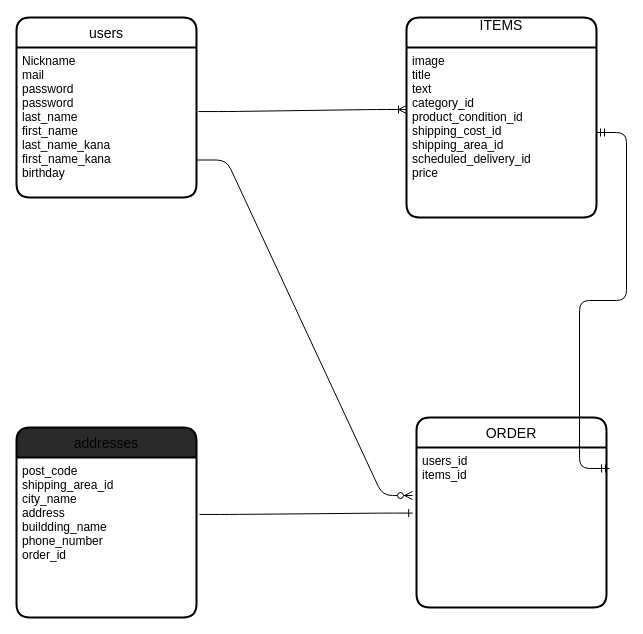
Before: table.dio in DJ-th/furima-35945, a draw.io diagram. Source tidied: cells renumbered, new cells numbered last; positions are measured from the earlier drawing's top-left corner, leaving out a move shared by most shapes. Both pictures are drawn from the tidied source at 100%, with x=0, y=0 at pixel (16, 17).
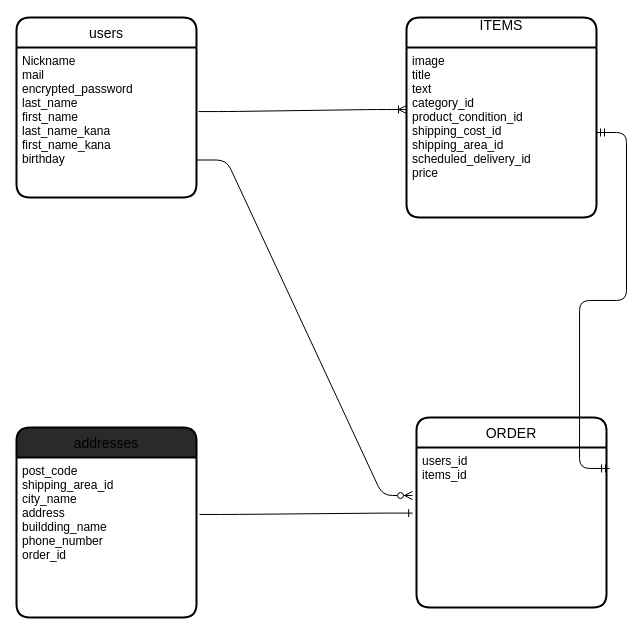
The same page after the edit.

Diff of the diagram source:
```diff
@@
 <mxGraphModel>
   <root>
     <mxCell id="0" />
     <mxCell id="1" parent="0" />
     <mxCell id="2" value="users" style="swimlane;horizontal=1;startSize=30;rounded=1;fontSize=14;fontStyle=0;strokeWidth=2;shadow=0;dashed=0;align=center;" parent="1" vertex="1">
       <mxGeometry width="180" height="180" as="geometry" />
     </mxCell>
-    <mxCell id="3" value="Nickname&#10;mail&#10;password&#10;password&#10;last_name&#10;first_name&#10;last_name_kana&#10;first_name_kana&#10;birthday" style="align=left;strokeColor=none;fillColor=none;spacingLeft=4;fontSize=12;verticalAlign=top;" parent="2" vertex="1">
+    <mxCell id="3" value="Nickname&#10;mail&#10;encrypted_password&#10;last_name&#10;first_name&#10;last_name_kana&#10;first_name_kana&#10;birthday" style="align=left;strokeColor=none;fillColor=none;spacingLeft=4;fontSize=12;verticalAlign=top;" parent="2" vertex="1">
       <mxGeometry y="30" width="180" height="150" as="geometry" />
     </mxCell>
     <mxCell id="4" value="ITEMS&#10;" style="swimlane;horizontal=1;startSize=30;rounded=1;fontSize=14;fontStyle=0;strokeWidth=2;shadow=0;dashed=0;align=center;" parent="1" vertex="1">
       <mxGeometry x="390" width="190" height="200" as="geometry" />
     </mxCell>
     <mxCell id="5" value="image&#10;title&#10;text&#10;category_id&#10;product_condition_id&#10;shipping_cost_id&#10;shipping_area_id&#10;scheduled_delivery_id&#10;price" style="align=left;strokeColor=none;fillColor=none;spacingLeft=4;fontSize=12;verticalAlign=top;" parent="4" vertex="1">
       <mxGeometry y="30" width="190" height="170" as="geometry" />
     </mxCell>
     <mxCell id="6" value="ORDER" style="swimlane;horizontal=1;startSize=30;rounded=1;fontSize=14;fontStyle=0;strokeWidth=2;shadow=0;dashed=0;align=center;" parent="1" vertex="1">
       <mxGeometry x="400" y="400" width="190" height="190" as="geometry" />
     </mxCell>
     <mxCell id="7" value="users_id&#10;items_id" style="align=left;strokeColor=none;fillColor=none;spacingLeft=4;fontSize=12;verticalAlign=top;" parent="6" vertex="1">
       <mxGeometry y="30" width="190" height="160" as="geometry" />
     </mxCell>
     <mxCell id="8" value="addresses" style="swimlane;horizontal=1;startSize=30;rounded=1;fontSize=14;fontStyle=0;strokeWidth=2;shadow=0;dashed=0;align=center;fillColor=#2a2a2a;" parent="1" vertex="1">
       <mxGeometry y="410" width="180" height="190" as="geometry" />
     </mxCell>
     <mxCell id="9" value="post_code&#10;shipping_area_id&#10;city_name&#10;address&#10;buildding_name&#10;phone_number&#10;order_id" style="align=left;strokeColor=none;fillColor=none;spacingLeft=4;fontSize=12;verticalAlign=top;" parent="8" vertex="1">
       <mxGeometry y="30" width="180" height="160" as="geometry" />
     </mxCell>
     <mxCell id="10" style="edgeStyle=entityRelationEdgeStyle;fontSize=12;html=1;endArrow=ERoneToMany;exitX=1.011;exitY=0.427;exitDx=0;exitDy=0;exitPerimeter=0;" parent="1" edge="1" source="3">
       <mxGeometry relative="1" as="geometry">
         <mxPoint x="390" y="92" as="targetPoint" />
       </mxGeometry>
     </mxCell>
     <mxCell id="11" style="edgeStyle=entityRelationEdgeStyle;fontSize=12;html=1;endArrow=ERone;endFill=1;entryX=-0.02;entryY=0.41;entryDx=0;entryDy=0;entryPerimeter=0;exitX=1.017;exitY=0.356;exitDx=0;exitDy=0;exitPerimeter=0;" parent="1" edge="1" source="9" target="7">
       <mxGeometry relative="1" as="geometry" />
     </mxCell>
     <mxCell id="12" style="edgeStyle=entityRelationEdgeStyle;fontSize=12;html=1;endArrow=ERzeroToMany;endFill=1;exitX=1;exitY=0.75;exitDx=0;exitDy=0;entryX=-0.021;entryY=0.3;entryDx=0;entryDy=0;entryPerimeter=0;" parent="1" edge="1" source="3" target="7">
       <mxGeometry relative="1" as="geometry" />
     </mxCell>
     <mxCell id="13" style="edgeStyle=entityRelationEdgeStyle;fontSize=12;html=1;endArrow=ERmandOne;startArrow=ERmandOne;exitX=1.016;exitY=0.131;exitDx=0;exitDy=0;exitPerimeter=0;entryX=1;entryY=0.5;entryDx=0;entryDy=0;" parent="1" edge="1" source="7" target="5">
       <mxGeometry relative="1" as="geometry" />
     </mxCell>
   </root>
 </mxGraphModel>
```
